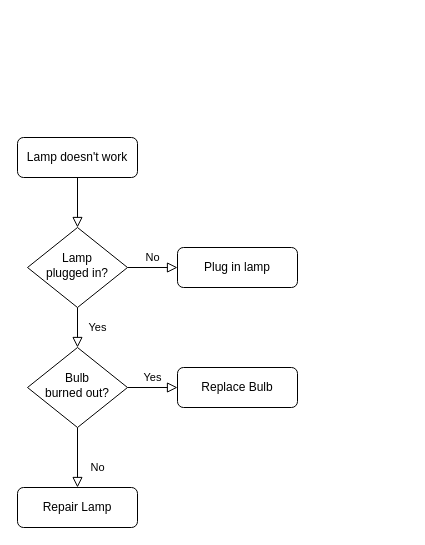
emilyllg/filrougeEJL keeps this draw.io diagram as Diagramme sans nom.drawio. Above is the earlier version. Source tidied: cells renumbered, new cells numbered last; positions are measured from the earlier drawing's top-left corner, leaving out a move shared by most shapes. Both pictures are drawn from the tidied source at 100%, with x=0, y=0 at pixel (17, 137).
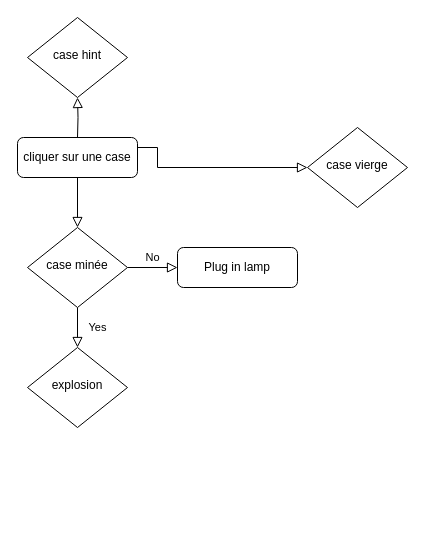
After the change.

Commit message:
Mettre à jour Diagramme sans nom.drawio

What changed in the source:
```diff
@@
 <mxGraphModel>
   <root>
     <mxCell id="0" />
     <mxCell id="1" parent="0" />
     <mxCell id="2" style="rounded=0;html=1;jettySize=auto;fontSize=11;endArrow=block;endFill=0;endSize=8;strokeWidth=1;shadow=0;labelBackgroundColor=none;edgeStyle=orthogonalEdgeStyle;" parent="1" edge="1" source="3" target="6">
       <mxGeometry relative="1" as="geometry" />
     </mxCell>
-    <mxCell id="3" value="Lamp doesn't work" style="rounded=1;whiteSpace=wrap;html=1;fontSize=12;glass=0;strokeWidth=1;shadow=0;" parent="1" vertex="1">
+    <mxCell id="3" value="cliquer sur une case" style="rounded=1;whiteSpace=wrap;html=1;fontSize=12;glass=0;strokeWidth=1;shadow=0;" parent="1" vertex="1">
       <mxGeometry width="120" height="40" as="geometry" />
     </mxCell>
     <mxCell id="4" value="Yes" style="rounded=0;html=1;jettySize=auto;fontSize=11;endArrow=block;endFill=0;endSize=8;strokeWidth=1;shadow=0;labelBackgroundColor=none;edgeStyle=orthogonalEdgeStyle;" parent="1" edge="1" source="6" target="10">
       <mxGeometry y="20" relative="1" as="geometry" />
     </mxCell>
     <mxCell id="5" value="No" style="edgeStyle=orthogonalEdgeStyle;rounded=0;html=1;jettySize=auto;fontSize=11;endArrow=block;endFill=0;endSize=8;strokeWidth=1;shadow=0;labelBackgroundColor=none;" parent="1" edge="1" source="6" target="7">
       <mxGeometry y="10" relative="1" as="geometry" />
     </mxCell>
-    <mxCell id="6" value="Lamp&lt;br&gt;plugged in?" style="rhombus;whiteSpace=wrap;html=1;shadow=0;fontFamily=Helvetica;fontSize=12;align=center;strokeWidth=1;spacing=6;spacingTop=-4;" parent="1" vertex="1">
+    <mxCell id="6" value="case minée " style="rhombus;whiteSpace=wrap;html=1;shadow=0;fontFamily=Helvetica;fontSize=12;align=center;strokeWidth=1;spacing=6;spacingTop=-4;" parent="1" vertex="1">
       <mxGeometry x="10" y="90" width="100" height="80" as="geometry" />
     </mxCell>
     <mxCell id="7" value="Plug in lamp" style="rounded=1;whiteSpace=wrap;html=1;fontSize=12;glass=0;strokeWidth=1;shadow=0;" parent="1" vertex="1">
       <mxGeometry x="160" y="110" width="120" height="40" as="geometry" />
     </mxCell>
-    <mxCell id="8" value="No" style="rounded=0;html=1;jettySize=auto;fontSize=11;endArrow=block;endFill=0;endSize=8;strokeWidth=1;shadow=0;labelBackgroundColor=none;edgeStyle=orthogonalEdgeStyle;" parent="1" edge="1" source="10" target="11">
-      <mxGeometry x="0.33" y="20" relative="1" as="geometry" />
-    </mxCell>
-    <mxCell id="9" value="Yes" style="edgeStyle=orthogonalEdgeStyle;rounded=0;html=1;jettySize=auto;fontSize=11;endArrow=block;endFill=0;endSize=8;strokeWidth=1;shadow=0;labelBackgroundColor=none;" parent="1" edge="1" source="10" target="12">
-      <mxGeometry y="10" relative="1" as="geometry" />
-    </mxCell>
-    <mxCell id="10" value="Bulb&lt;br&gt;burned out?" style="rhombus;whiteSpace=wrap;html=1;shadow=0;fontFamily=Helvetica;fontSize=12;align=center;strokeWidth=1;spacing=6;spacingTop=-4;" parent="1" vertex="1">
+    <mxCell id="10" value="explosion" style="rhombus;whiteSpace=wrap;html=1;shadow=0;fontFamily=Helvetica;fontSize=12;align=center;strokeWidth=1;spacing=6;spacingTop=-4;" parent="1" vertex="1">
       <mxGeometry x="10" y="210" width="100" height="80" as="geometry" />
     </mxCell>
-    <mxCell id="11" value="Repair Lamp" style="rounded=1;whiteSpace=wrap;html=1;fontSize=12;glass=0;strokeWidth=1;shadow=0;" parent="1" vertex="1">
-      <mxGeometry y="350" width="120" height="40" as="geometry" />
-    </mxCell>
-    <mxCell id="12" value="Replace Bulb" style="rounded=1;whiteSpace=wrap;html=1;fontSize=12;glass=0;strokeWidth=1;shadow=0;" parent="1" vertex="1">
-      <mxGeometry x="160" y="230" width="120" height="40" as="geometry" />
-    </mxCell>
+    <mxCell id="13" style="rounded=0;html=1;jettySize=auto;fontSize=11;endArrow=block;endFill=0;endSize=8;strokeWidth=1;shadow=0;labelBackgroundColor=none;edgeStyle=orthogonalEdgeStyle;exitX=1;exitY=0.5;exitDx=0;exitDy=0;" parent="1" edge="1" source="3">
+      <mxGeometry relative="1" as="geometry">
+        <mxPoint x="290" y="30" as="targetPoint" />
+        <Array as="points">
+          <mxPoint x="120" y="10" />
+          <mxPoint x="140" y="10" />
+          <mxPoint x="140" y="30" />
+        </Array>
+      </mxGeometry>
+    </mxCell>
+    <mxCell id="14" value="case vierge " style="rhombus;whiteSpace=wrap;html=1;shadow=0;fontFamily=Helvetica;fontSize=12;align=center;strokeWidth=1;spacing=6;spacingTop=-4;" parent="1" vertex="1">
+      <mxGeometry x="290" y="-10" width="100" height="80" as="geometry" />
+    </mxCell>
+    <mxCell id="15" value="case hint" style="rhombus;whiteSpace=wrap;html=1;shadow=0;fontFamily=Helvetica;fontSize=12;align=center;strokeWidth=1;spacing=6;spacingTop=-4;" parent="1" vertex="1">
+      <mxGeometry x="10" y="-120" width="100" height="80" as="geometry" />
+    </mxCell>
+    <mxCell id="16" style="rounded=0;html=1;jettySize=auto;fontSize=11;endArrow=block;endFill=0;endSize=8;strokeWidth=1;shadow=0;labelBackgroundColor=none;edgeStyle=orthogonalEdgeStyle;" parent="1" edge="1" target="15">
+      <mxGeometry relative="1" as="geometry">
+        <mxPoint x="60" as="sourcePoint" />
+      </mxGeometry>
+    </mxCell>
   </root>
 </mxGraphModel>
```
